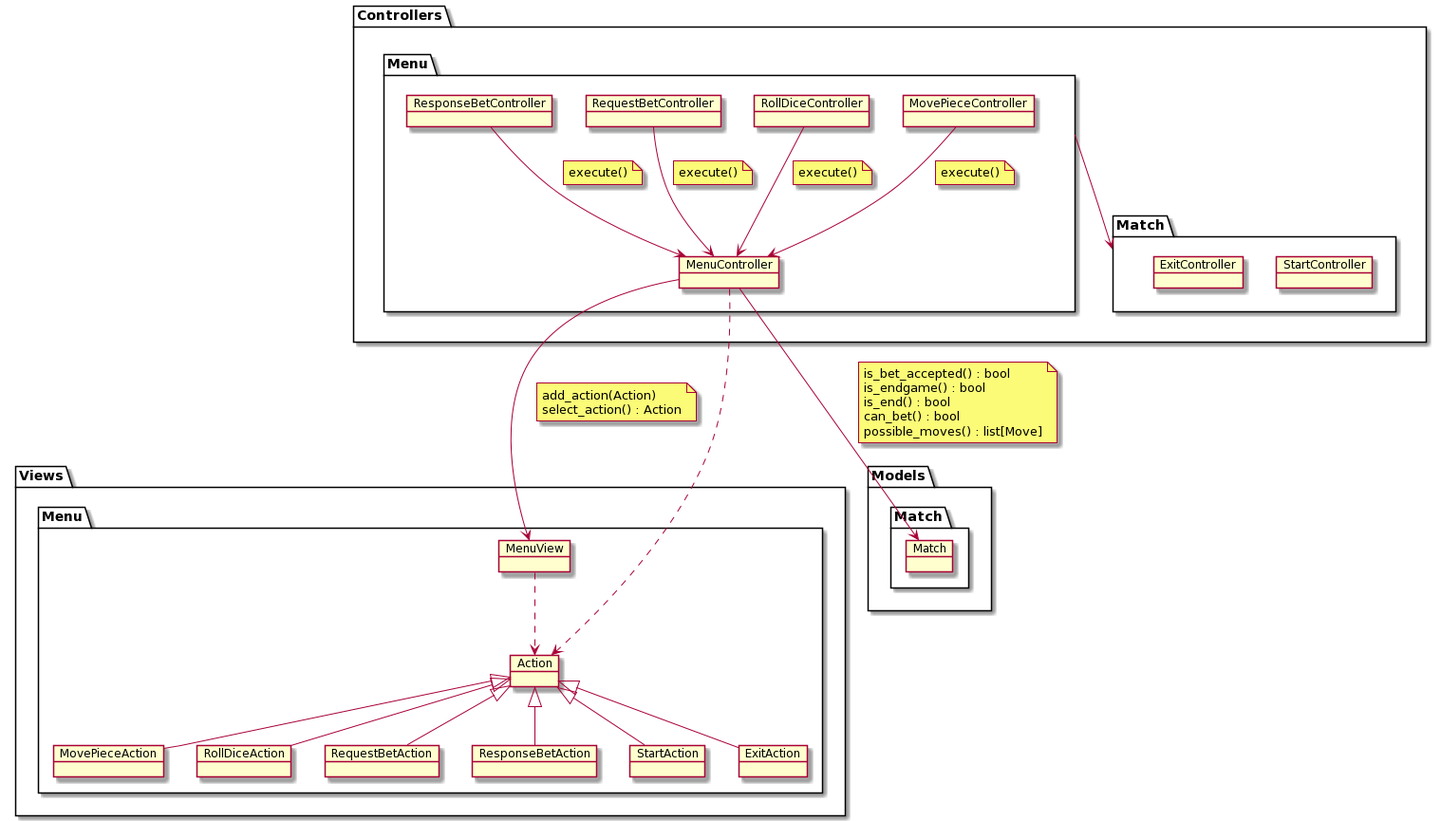
The PlantUML diagram rup/analysis/use_cases/show_menu.png in USantaTecla-game-backgammon/backgammon, before a commit.
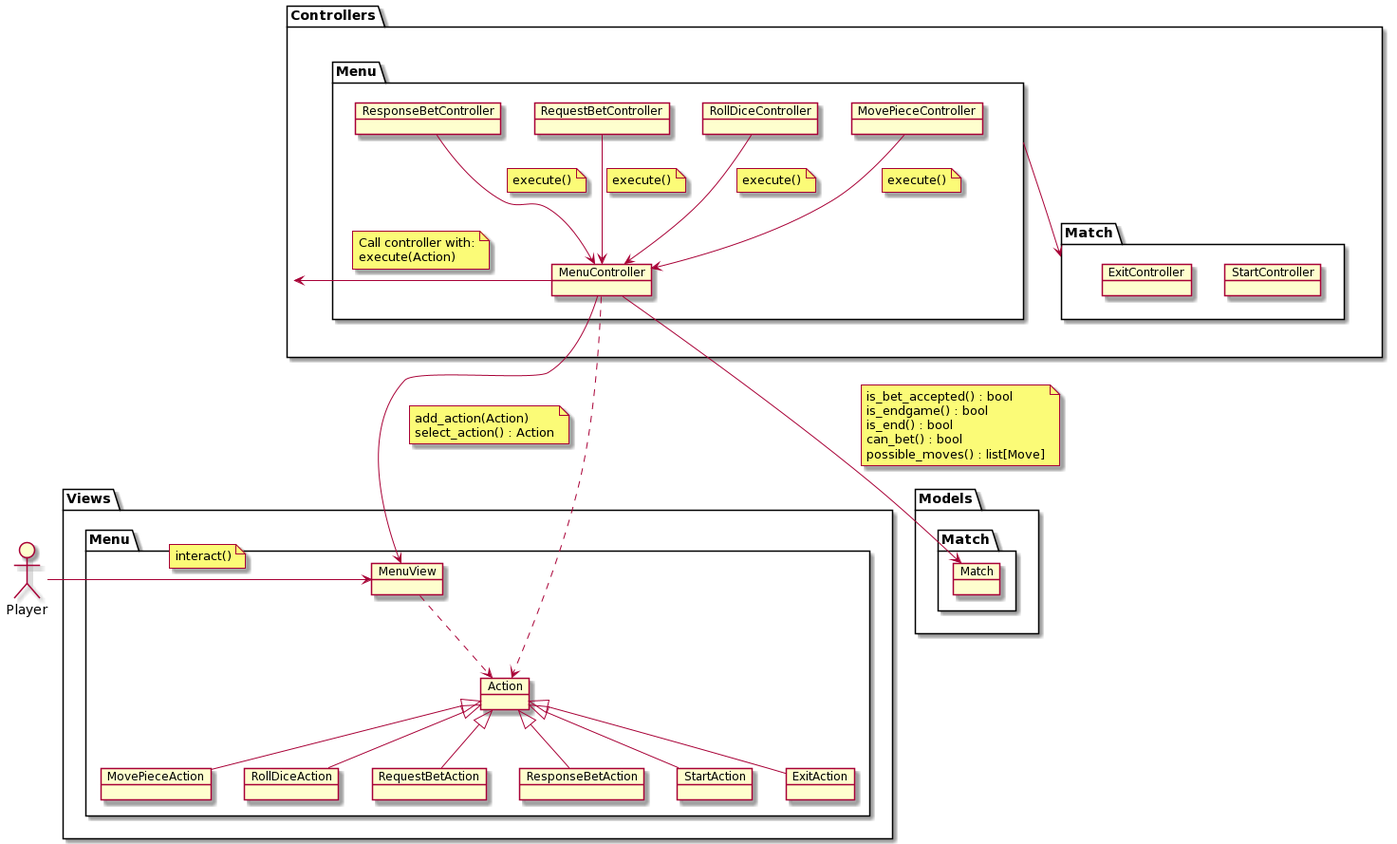
After the commit.

The edit, as a diff of the source:
```diff
@@ -1,4 +1,8 @@
 @startuml
+allow_mixing
+
+actor Player
+
 package Views {
     package Menu3 as "Menu" {
         object MenuView
@@ -80,6 +84,16 @@
     select_action() : Action
 end note
 
+Player -right-> MenuView
+note on link
+    interact()
+end note
+
+MenuController -left-> Controllers
+note on link
+    Call controller with:
+    execute(Action)
+end note
 
 Menu -down-> MatchController
 @enduml
```
